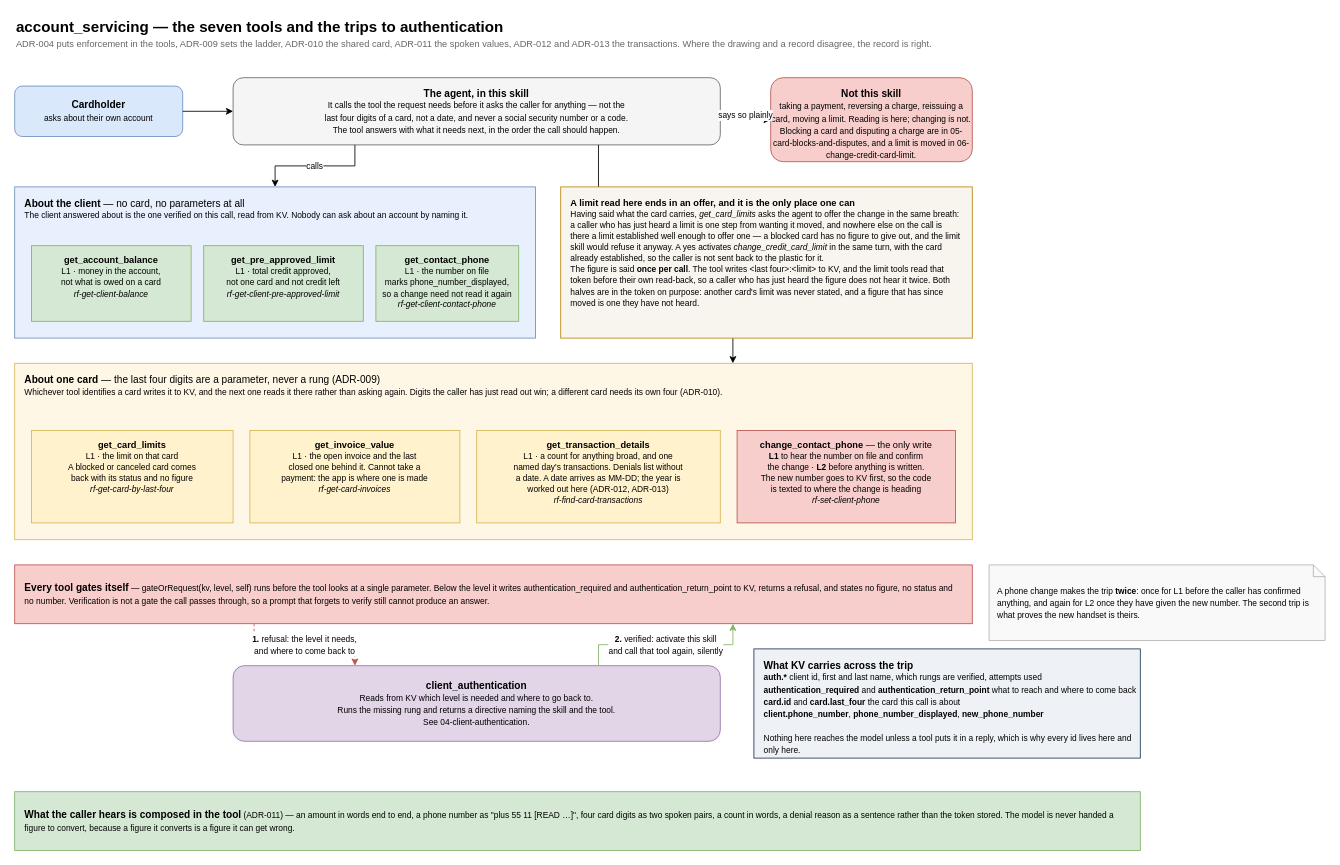
The draw.io diagram diagrams/03-account-servicing.drawio in henriquecv-wonderful/royal-finance-github, before the edit. Source tidied: cells renumbered, new cells numbered last; positions are measured from the earlier drawing's top-left corner, leaving out a move shared by most shapes. Both pictures are drawn from the tidied source at 84%, with x=0, y=0 at pixel (14, 14).
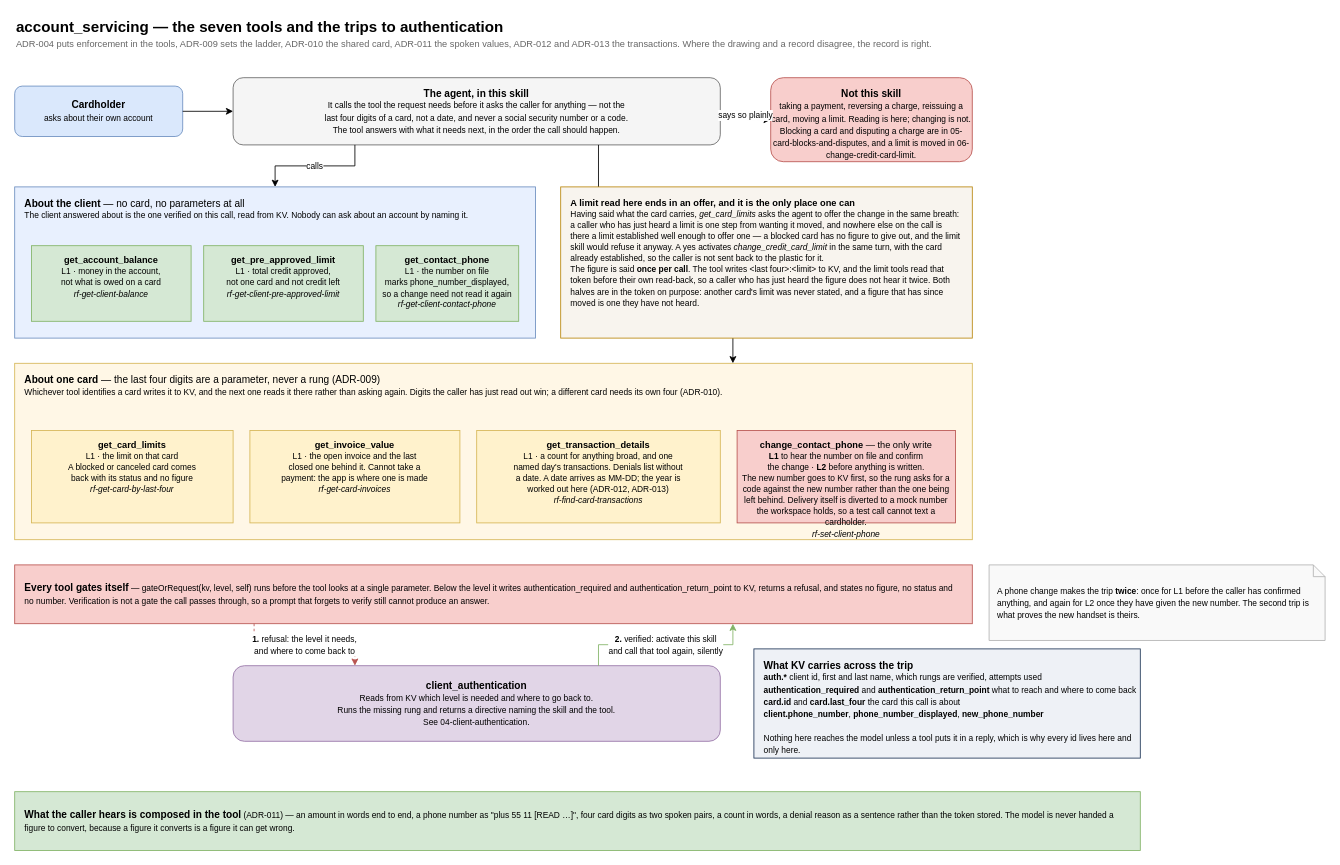
The same page after the edit.

Commit message (it also covers changes not shown here):
Diagrams: SMS delivery is diverted to a mock number

The edit, as a diff of the source:
```diff
@@
-    <mxCell id="15" value="&lt;b&gt;change_contact_phone&lt;/b&gt; — the only write&lt;br&gt;&lt;font style=&quot;font-size: 10px&quot;&gt;&lt;b&gt;L1&lt;/b&gt; to hear the number on file and confirm&lt;br&gt;the change · &lt;b&gt;L2&lt;/b&gt; before anything is written.&lt;br&gt;The new number goes to KV first, so the code&lt;br&gt;is texted to where the change is heading&lt;br&gt;&lt;i&gt;rf-set-client-phone&lt;/i&gt;&lt;/font&gt;" style="rounded=0;whiteSpace=wrap;html=1;fillColor=#f8cecc;strokeColor=#b85450;fontSize=11;verticalAlign=top;spacingTop=4;" parent="1" vertex="1">
+    <mxCell id="15" value="&lt;b&gt;change_contact_phone&lt;/b&gt; — the only write&lt;br&gt;&lt;font style=&quot;font-size: 10px&quot;&gt;&lt;b&gt;L1&lt;/b&gt; to hear the number on file and confirm&lt;br&gt;the change · &lt;b&gt;L2&lt;/b&gt; before anything is written.&lt;br&gt;The new number goes to KV first, so the rung asks for a code against the new number rather than the one being left behind. Delivery itself is diverted to a mock number the workspace holds, so a test call cannot text a cardholder.&lt;br&gt;&lt;i&gt;rf-set-client-phone&lt;/i&gt;&lt;/font&gt;" style="rounded=0;whiteSpace=wrap;html=1;fillColor=#f8cecc;strokeColor=#b85450;fontSize=11;verticalAlign=top;spacingTop=4;" parent="1" vertex="1">
       <mxGeometry x="860" y="495" width="260" height="110" as="geometry" />
     </mxCell>
```
